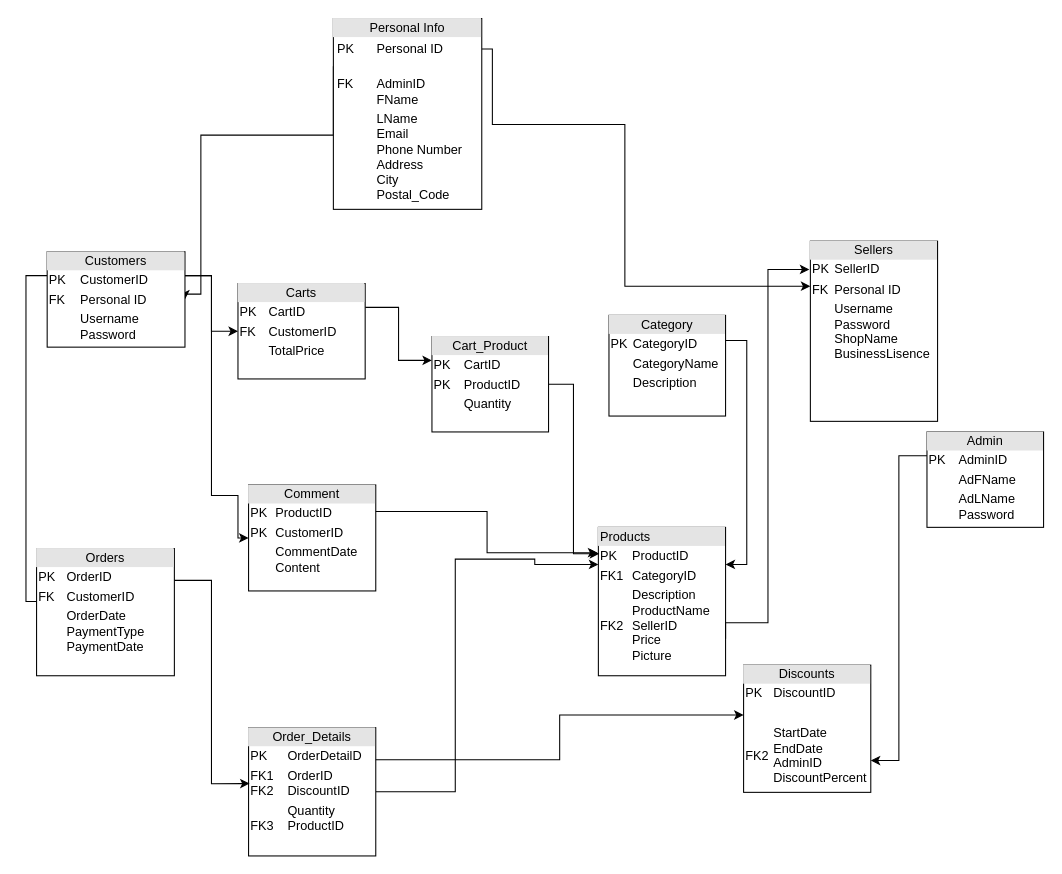
Above: Relational Model.drawio in PhucAnh0502/Database (draw.io), before the change. Source tidied: cells renumbered, new cells numbered last; positions are measured from the earlier drawing's top-left corner, leaving out a move shared by most shapes. Both pictures are drawn from the tidied source at 106%, with x=0, y=0 at pixel (25, 18).
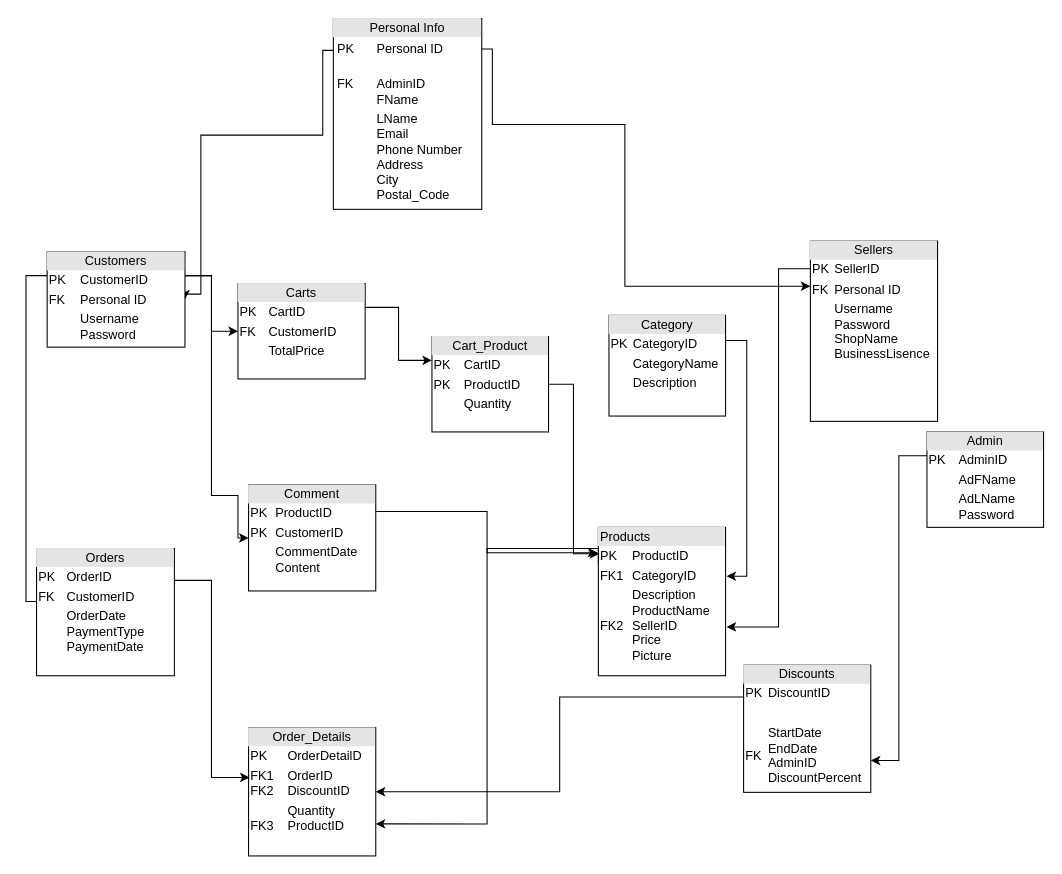
The same diagram, later.

Unchanged cells that the change refers to:
```xml
<mxCell id="4" value="&lt;div style=&quot;text-align: center; box-sizing: border-box; width: 100%; background: rgb(228, 228, 228); padding: 2px;&quot;&gt;Personal Info&lt;/div&gt;&lt;table style=&quot;width:100%;font-size:1em;&quot; cellpadding=&quot;2&quot; cellspacing=&quot;0&quot;&gt;&lt;tbody&gt;&lt;tr&gt;&lt;td style=&quot;text-align: justify;&quot;&gt;&lt;table style=&quot;font-size: 1em; text-align: left; width: 140px;&quot; cellpadding=&quot;2&quot; cellspacing=&quot;0&quot;&gt;&lt;tbody&gt;&lt;tr&gt;&lt;td style=&quot;text-align: justify;&quot;&gt;PK&lt;/td&gt;&lt;td style=&quot;text-align: justify;&quot;&gt;Personal ID&lt;br&gt;&lt;/td&gt;&lt;/tr&gt;&lt;tr&gt;&lt;td style=&quot;text-align: justify;&quot;&gt;FK&lt;span style=&quot;white-space: pre;&quot;&gt;&#9;&lt;/span&gt;&lt;br&gt;&lt;/td&gt;&lt;td style=&quot;text-align: justify;&quot;&gt;&lt;br&gt;AdminID&lt;br&gt;FName&lt;/td&gt;&lt;/tr&gt;&lt;tr&gt;&lt;td style=&quot;text-align: justify;&quot;&gt;&lt;/td&gt;&lt;td&gt;&lt;div style=&quot;text-align: justify;&quot;&gt;&lt;span style=&quot;font-size: 1em; background-color: initial;&quot;&gt;LName&lt;/span&gt;&lt;/div&gt;&lt;div style=&quot;text-align: justify;&quot;&gt;&lt;span style=&quot;font-size: 1em; background-color: initial;&quot;&gt;Email&lt;/span&gt;&lt;/div&gt;&lt;div style=&quot;text-align: justify;&quot;&gt;&lt;span style=&quot;font-size: 1em; background-color: initial;&quot;&gt;Phone Number&lt;/span&gt;&lt;/div&gt;&lt;div style=&quot;text-align: justify;&quot;&gt;&lt;span style=&quot;font-size: 1em; background-color: initial;&quot;&gt;Address&lt;/span&gt;&lt;/div&gt;&lt;div style=&quot;text-align: justify;&quot;&gt;&lt;span style=&quot;font-size: 1em; background-color: initial;&quot;&gt;City&lt;/span&gt;&lt;/div&gt;&lt;div style=&quot;text-align: justify;&quot;&gt;&lt;span style=&quot;font-size: 1em; background-color: initial;&quot;&gt;Postal_Code&lt;/span&gt;&lt;/div&gt;&lt;/td&gt;&lt;/tr&gt;&lt;/tbody&gt;&lt;/table&gt;&lt;br&gt;&lt;/td&gt;&lt;td style=&quot;text-align: justify;&quot;&gt;&lt;/td&gt;&lt;/tr&gt;&lt;/tbody&gt;&lt;/table&gt;" style="verticalAlign=top;align=left;overflow=fill;html=1;whiteSpace=wrap;" parent="1" vertex="1">
  <mxGeometry x="290" width="140" height="180" as="geometry" />
</mxCell>
<mxCell id="8" value="&lt;div style=&quot;text-align: center; box-sizing: border-box; width: 100%; background: rgb(228, 228, 228); padding: 2px;&quot;&gt;Customers&lt;/div&gt;&lt;table style=&quot;text-align: justify; width: 100%; font-size: 1em;&quot; cellpadding=&quot;2&quot; cellspacing=&quot;0&quot;&gt;&lt;tbody&gt;&lt;tr&gt;&lt;td&gt;PK&lt;/td&gt;&lt;td&gt;CustomerID&lt;/td&gt;&lt;/tr&gt;&lt;tr&gt;&lt;td&gt;FK&lt;/td&gt;&lt;td&gt;Personal ID&lt;/td&gt;&lt;/tr&gt;&lt;tr&gt;&lt;td&gt;&lt;/td&gt;&lt;td&gt;Username&lt;br&gt;Password&lt;/td&gt;&lt;/tr&gt;&lt;/tbody&gt;&lt;/table&gt;" style="verticalAlign=top;align=left;overflow=fill;html=1;whiteSpace=wrap;" parent="1" vertex="1">
  <mxGeometry x="20" y="220" width="130" height="90" as="geometry" />
</mxCell>
<mxCell id="9" value="&lt;div style=&quot;text-align: center; box-sizing: border-box; width: 100%; background: rgb(228, 228, 228); padding: 2px;&quot;&gt;Sellers&lt;/div&gt;&lt;table style=&quot;text-align: justify; width: 100%; font-size: 1em;&quot; cellpadding=&quot;2&quot; cellspacing=&quot;0&quot;&gt;&lt;tbody&gt;&lt;tr&gt;&lt;td&gt;PK&lt;/td&gt;&lt;td&gt;SellerID&lt;/td&gt;&lt;/tr&gt;&lt;tr&gt;&lt;td&gt;FK&lt;/td&gt;&lt;td&gt;Personal ID&lt;/td&gt;&lt;/tr&gt;&lt;tr&gt;&lt;td&gt;&lt;/td&gt;&lt;td&gt;Username&lt;br&gt;Password&lt;br&gt;ShopName&lt;br&gt;BusinessLisence&lt;br&gt;&lt;/td&gt;&lt;/tr&gt;&lt;/tbody&gt;&lt;/table&gt;" style="verticalAlign=top;align=left;overflow=fill;html=1;whiteSpace=wrap;" parent="1" vertex="1">
  <mxGeometry x="740" y="210" width="120" height="170" as="geometry" />
</mxCell>
<mxCell id="12" value="&lt;div style=&quot;text-align: center; box-sizing: border-box; width: 100%; background: rgb(228, 228, 228); padding: 2px;&quot;&gt;Orders&lt;/div&gt;&lt;table style=&quot;width:100%;font-size:1em;&quot; cellpadding=&quot;2&quot; cellspacing=&quot;0&quot;&gt;&lt;tbody&gt;&lt;tr&gt;&lt;td&gt;PK&lt;/td&gt;&lt;td&gt;OrderID&lt;/td&gt;&lt;/tr&gt;&lt;tr&gt;&lt;td&gt;FK&lt;/td&gt;&lt;td&gt;CustomerID&lt;/td&gt;&lt;/tr&gt;&lt;tr&gt;&lt;td&gt;&lt;/td&gt;&lt;td&gt;OrderDate&lt;br&gt;PaymentType&lt;br&gt;PaymentDate&lt;/td&gt;&lt;/tr&gt;&lt;/tbody&gt;&lt;/table&gt;" style="verticalAlign=top;align=left;overflow=fill;html=1;whiteSpace=wrap;" parent="1" vertex="1">
  <mxGeometry x="10" y="500" width="130" height="120" as="geometry" />
</mxCell>
<mxCell id="14" value="&lt;div style=&quot;text-align: center; box-sizing: border-box; width: 100%; background: rgb(228, 228, 228); padding: 2px;&quot;&gt;Order_Details&lt;/div&gt;&lt;table style=&quot;width:100%;font-size:1em;&quot; cellpadding=&quot;2&quot; cellspacing=&quot;0&quot;&gt;&lt;tbody&gt;&lt;tr&gt;&lt;td&gt;PK&lt;/td&gt;&lt;td&gt;OrderDetailD&lt;/td&gt;&lt;/tr&gt;&lt;tr&gt;&lt;td&gt;FK1&lt;br&gt;FK2&lt;span style=&quot;white-space: pre;&quot;&gt;&#9;&lt;/span&gt;&lt;/td&gt;&lt;td&gt;OrderID&lt;br&gt;DiscountID&lt;/td&gt;&lt;/tr&gt;&lt;tr&gt;&lt;td&gt;FK3&lt;/td&gt;&lt;td&gt;Quantity&lt;br&gt;ProductID&lt;br&gt;&lt;br&gt;&lt;/td&gt;&lt;/tr&gt;&lt;/tbody&gt;&lt;/table&gt;" style="verticalAlign=top;align=left;overflow=fill;html=1;whiteSpace=wrap;" parent="1" vertex="1">
  <mxGeometry x="210" y="669" width="120" height="121" as="geometry" />
</mxCell>
<mxCell id="15" value="&lt;div style=&quot;box-sizing: border-box; width: 100%; background: rgb(228, 228, 228); padding: 2px;&quot;&gt;Products&lt;/div&gt;&lt;table style=&quot;width: 100%; font-size: 1em;&quot; cellpadding=&quot;2&quot; cellspacing=&quot;0&quot;&gt;&lt;tbody&gt;&lt;tr&gt;&lt;td&gt;PK&lt;/td&gt;&lt;td&gt;ProductID&lt;/td&gt;&lt;/tr&gt;&lt;tr&gt;&lt;td&gt;FK1&lt;/td&gt;&lt;td&gt;CategoryID&lt;br&gt;&lt;/td&gt;&lt;/tr&gt;&lt;tr&gt;&lt;td&gt;FK2&lt;br&gt;&lt;/td&gt;&lt;td&gt;Description&lt;br&gt;ProductName&lt;br&gt;SellerID&lt;br&gt;Price&lt;br&gt;Picture&lt;br&gt;&lt;/td&gt;&lt;/tr&gt;&lt;/tbody&gt;&lt;/table&gt;" style="verticalAlign=top;align=left;overflow=fill;html=1;whiteSpace=wrap;" parent="1" vertex="1">
  <mxGeometry x="540" y="480" width="120" height="140" as="geometry" />
</mxCell>
<mxCell id="18" value="&lt;div style=&quot;text-align: center; box-sizing: border-box; width: 100%; background: rgb(228, 228, 228); padding: 2px;&quot;&gt;Cart_Product&lt;/div&gt;&lt;table style=&quot;width:100%;font-size:1em;&quot; cellpadding=&quot;2&quot; cellspacing=&quot;0&quot;&gt;&lt;tbody&gt;&lt;tr&gt;&lt;td&gt;PK&lt;/td&gt;&lt;td&gt;CartID&lt;/td&gt;&lt;/tr&gt;&lt;tr&gt;&lt;td&gt;PK&lt;/td&gt;&lt;td&gt;ProductID&lt;/td&gt;&lt;/tr&gt;&lt;tr&gt;&lt;td&gt;&lt;br&gt;&lt;/td&gt;&lt;td&gt;Quantity&lt;/td&gt;&lt;/tr&gt;&lt;/tbody&gt;&lt;/table&gt;" style="verticalAlign=top;align=left;overflow=fill;html=1;whiteSpace=wrap;" parent="1" vertex="1">
  <mxGeometry x="383" y="300" width="110" height="90" as="geometry" />
</mxCell>
<mxCell id="20" value="&lt;div style=&quot;text-align: center; box-sizing: border-box; width: 100%; background: rgb(228, 228, 228); padding: 2px;&quot;&gt;Category&lt;/div&gt;&lt;table style=&quot;width:100%;font-size:1em;&quot; cellpadding=&quot;2&quot; cellspacing=&quot;0&quot;&gt;&lt;tbody&gt;&lt;tr&gt;&lt;td&gt;PK&lt;/td&gt;&lt;td&gt;CategoryID&lt;/td&gt;&lt;/tr&gt;&lt;tr&gt;&lt;td&gt;&lt;br&gt;&lt;/td&gt;&lt;td&gt;CategoryName&lt;/td&gt;&lt;/tr&gt;&lt;tr&gt;&lt;td&gt;&lt;/td&gt;&lt;td&gt;Description&lt;/td&gt;&lt;/tr&gt;&lt;/tbody&gt;&lt;/table&gt;" style="verticalAlign=top;align=left;overflow=fill;html=1;whiteSpace=wrap;" parent="1" vertex="1">
  <mxGeometry x="550" y="280" width="110" height="95" as="geometry" />
</mxCell>
```

What changed in the source:
```diff
@@
-    <mxCell id="2" style="edgeStyle=orthogonalEdgeStyle;rounded=0;jettySize=auto;html=1;exitX=0;exitY=0.25;exitDx=0;exitDy=0;entryX=1;entryY=0.5;entryDx=0;entryDy=0;" parent="1" edge="1" source="4" target="8">
+    <mxCell id="2" style="edgeStyle=orthogonalEdgeStyle;rounded=0;jettySize=auto;html=1;entryX=1;entryY=0.5;entryDx=0;entryDy=0;" parent="1" edge="1" source="4" target="8">
       <mxGeometry relative="1" as="geometry">
         <Array as="points">
-          <mxPoint x="290" y="110" />
+          <mxPoint x="280" y="30" />
+          <mxPoint x="280" y="110" />
           <mxPoint x="165" y="110" />
           <mxPoint x="165" y="260" />
+          <mxPoint x="150" y="260" />
         </Array>
       </mxGeometry>
     </mxCell>
@@
-    <mxCell id="13" style="edgeStyle=orthogonalEdgeStyle;rounded=0;jettySize=auto;html=1;exitX=1;exitY=0.5;exitDx=0;exitDy=0;entryX=0;entryY=0.25;entryDx=0;entryDy=0;" parent="1" edge="1" source="14" target="15">
-      <mxGeometry relative="1" as="geometry">
-        <Array as="points">
-          <mxPoint x="330" y="730" />
-          <mxPoint x="405" y="730" />
-          <mxPoint x="405" y="510" />
-          <mxPoint x="480" y="510" />
-        </Array>
-      </mxGeometry>
-    </mxCell>
@@
+    <mxCell id="28" style="edgeStyle=orthogonalEdgeStyle;rounded=0;jettySize=auto;html=1;exitX=0;exitY=0.25;exitDx=0;exitDy=0;entryX=1;entryY=0.75;entryDx=0;entryDy=0;" parent="1" edge="1" source="15" target="14">
+      <mxGeometry relative="1" as="geometry">
+        <Array as="points">
+          <mxPoint x="540" y="500" />
+          <mxPoint x="435" y="500" />
+          <mxPoint x="435" y="760" />
+        </Array>
+      </mxGeometry>
+    </mxCell>
@@
-    <mxCell id="19" style="edgeStyle=orthogonalEdgeStyle;rounded=0;jettySize=auto;html=1;exitX=1;exitY=0.25;exitDx=0;exitDy=0;entryX=1;entryY=0.25;entryDx=0;entryDy=0;" parent="1" edge="1" source="20" target="15">
-      <mxGeometry relative="1" as="geometry" />
-    </mxCell>
@@
+    <mxCell id="29" style="edgeStyle=orthogonalEdgeStyle;rounded=0;jettySize=auto;html=1;exitX=0;exitY=0.25;exitDx=0;exitDy=0;entryX=1;entryY=0.5;entryDx=0;entryDy=0;" parent="1" edge="1" source="21" target="14">
+      <mxGeometry relative="1" as="geometry" />
+    </mxCell>
-    <mxCell id="21" value="&lt;div style=&quot;text-align: center; box-sizing: border-box; width: 100%; background: rgb(228, 228, 228); padding: 2px;&quot;&gt;Discounts&lt;/div&gt;&lt;table style=&quot;width: 100%; font-size: 1em;&quot; cellpadding=&quot;2&quot; cellspacing=&quot;0&quot;&gt;&lt;tbody&gt;&lt;tr&gt;&lt;td&gt;PK&lt;/td&gt;&lt;td&gt;DiscountID&lt;/td&gt;&lt;/tr&gt;&lt;tr&gt;&lt;td&gt;&lt;/td&gt;&lt;td&gt;&lt;br&gt;&lt;/td&gt;&lt;/tr&gt;&lt;tr&gt;&lt;td&gt;FK2&lt;/td&gt;&lt;td&gt;StartDate&lt;br&gt;EndDate&lt;br&gt;AdminID&lt;br&gt;DiscountPercent&lt;/td&gt;&lt;/tr&gt;&lt;/tbody&gt;&lt;/table&gt;" style="verticalAlign=top;align=left;overflow=fill;html=1;whiteSpace=wrap;" parent="1" vertex="1">
+    <mxCell id="21" value="&lt;div style=&quot;text-align: center; box-sizing: border-box; width: 100%; background: rgb(228, 228, 228); padding: 2px;&quot;&gt;Discounts&lt;/div&gt;&lt;table style=&quot;width: 100%; font-size: 1em;&quot; cellpadding=&quot;2&quot; cellspacing=&quot;0&quot;&gt;&lt;tbody&gt;&lt;tr&gt;&lt;td&gt;PK&lt;/td&gt;&lt;td&gt;DiscountID&lt;/td&gt;&lt;/tr&gt;&lt;tr&gt;&lt;td&gt;&lt;/td&gt;&lt;td&gt;&lt;br&gt;&lt;/td&gt;&lt;/tr&gt;&lt;tr&gt;&lt;td&gt;FK&lt;/td&gt;&lt;td&gt;StartDate&lt;br&gt;EndDate&lt;br&gt;AdminID&lt;br&gt;DiscountPercent&lt;/td&gt;&lt;/tr&gt;&lt;/tbody&gt;&lt;/table&gt;" style="verticalAlign=top;align=left;overflow=fill;html=1;whiteSpace=wrap;" parent="1" vertex="1">
       <mxGeometry x="677" y="610" width="120" height="120" as="geometry" />
     </mxCell>
@@
+    <mxCell id="26" style="edgeStyle=orthogonalEdgeStyle;rounded=0;jettySize=auto;html=1;exitX=1;exitY=0.5;exitDx=0;exitDy=0;entryX=0.007;entryY=0.178;entryDx=0;entryDy=0;entryPerimeter=0;" parent="1" edge="1" source="18" target="15">
+      <mxGeometry relative="1" as="geometry" />
+    </mxCell>
+    <mxCell id="19" style="edgeStyle=orthogonalEdgeStyle;rounded=0;jettySize=auto;html=1;exitX=1;exitY=0.25;exitDx=0;exitDy=0;entryX=1.008;entryY=0.329;entryDx=0;entryDy=0;entryPerimeter=0;" parent="1" edge="1" source="20" target="15">
+      <mxGeometry relative="1" as="geometry" />
+    </mxCell>
-    <mxCell id="24" style="edgeStyle=orthogonalEdgeStyle;rounded=0;jettySize=auto;html=1;exitX=1;exitY=0.25;exitDx=0;exitDy=0;entryX=0.008;entryY=0.436;entryDx=0;entryDy=0;entryPerimeter=0;" parent="1" edge="1" source="12" target="14">
+    <mxCell id="24" style="edgeStyle=orthogonalEdgeStyle;rounded=0;jettySize=auto;html=1;exitX=1;exitY=0.25;exitDx=0;exitDy=0;entryX=0.008;entryY=0.388;entryDx=0;entryDy=0;entryPerimeter=0;" parent="1" edge="1" source="12" target="14">
       <mxGeometry relative="1" as="geometry" />
     </mxCell>
-    <mxCell id="25" style="edgeStyle=orthogonalEdgeStyle;rounded=0;jettySize=auto;html=1;exitX=1;exitY=0.25;exitDx=0;exitDy=0;entryX=0;entryY=0.392;entryDx=0;entryDy=0;entryPerimeter=0;" parent="1" edge="1" source="14" target="21">
-      <mxGeometry relative="1" as="geometry" />
-    </mxCell>
-    <mxCell id="26" style="edgeStyle=orthogonalEdgeStyle;rounded=0;jettySize=auto;html=1;exitX=1;exitY=0.5;exitDx=0;exitDy=0;entryX=0.007;entryY=0.178;entryDx=0;entryDy=0;entryPerimeter=0;" parent="1" edge="1" source="18" target="15">
-      <mxGeometry relative="1" as="geometry" />
-    </mxCell>
-    <mxCell id="27" style="edgeStyle=orthogonalEdgeStyle;rounded=0;jettySize=auto;html=1;exitX=1;exitY=0.75;exitDx=0;exitDy=0;entryX=-0.008;entryY=0.157;entryDx=0;entryDy=0;entryPerimeter=0;" parent="1" edge="1" source="15" target="9">
-      <mxGeometry relative="1" as="geometry">
-        <Array as="points">
-          <mxPoint x="660" y="570" />
-          <mxPoint x="700" y="570" />
-          <mxPoint x="700" y="237" />
-        </Array>
-      </mxGeometry>
-    </mxCell>
+    <mxCell id="30" style="endArrow=classic;html=1;rounded=0;exitX=0;exitY=0.153;exitDx=0;exitDy=0;exitPerimeter=0;entryX=1.008;entryY=0.671;entryDx=0;entryDy=0;entryPerimeter=0;" parent="1" edge="1" source="9" target="15">
+      <mxGeometry relative="1" as="geometry">
+        <Array as="points">
+          <mxPoint x="710" y="236" />
+          <mxPoint x="710" y="410" />
+          <mxPoint x="710" y="574" />
+        </Array>
+      </mxGeometry>
+    </mxCell>
```
